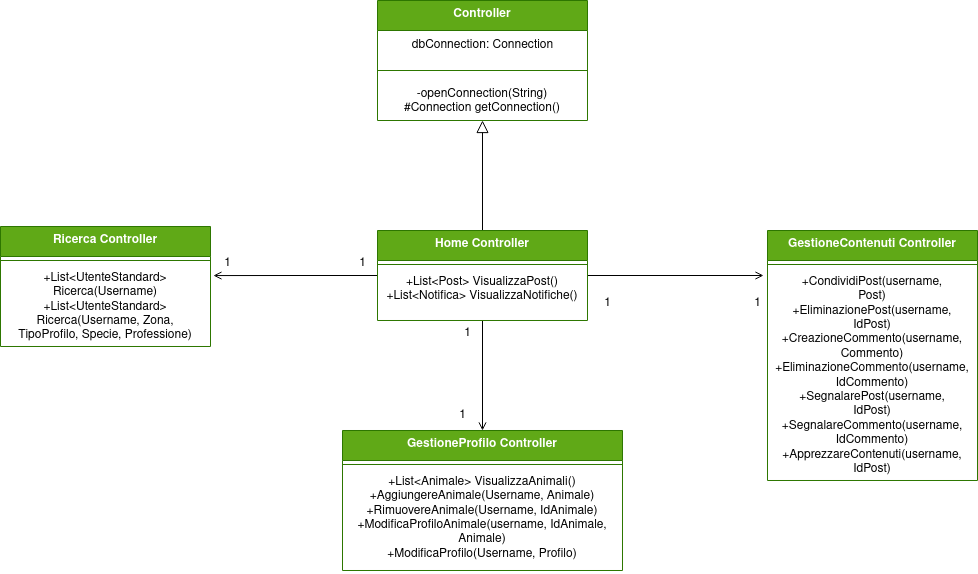
This is Controller-Estesi/GestioneUtente Dettaglio.drawio.png from Iannicc/Pet-Party, a draw.io export, as it was before one commit. Source tidied: cells renumbered, new cells last; positions are measured from the earlier drawing's top-left corner, leaving out a move shared by most shapes.
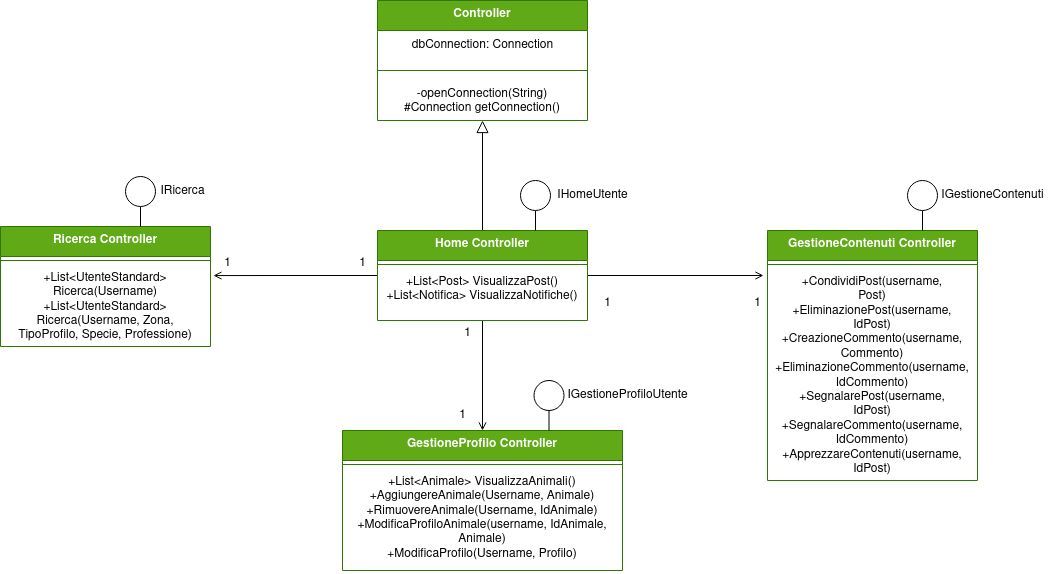
Above is the later version.

Diff of the diagram source:
```diff
@@ -80,5 +80,47 @@
     <mxCell id="27" value="1" style="text;html=1;align=center;verticalAlign=middle;strokeColor=none;fillColor=none;" parent="1" vertex="1">
       <mxGeometry x="592" y="288" width="30" height="30" as="geometry" />
     </mxCell>
+    <mxCell id="28" style="edgeStyle=orthogonalEdgeStyle;rounded=0;jettySize=auto;html=1;entryX=0.75;entryY=0;entryDx=0;entryDy=0;endArrow=none;endFill=0;" parent="1" edge="1" source="29" target="9">
+      <mxGeometry relative="1" as="geometry" />
+    </mxCell>
+    <mxCell id="29" style="ellipse;whiteSpace=wrap;html=1;" parent="1" vertex="1">
+      <mxGeometry x="520" y="180" width="30" height="30" as="geometry" />
+    </mxCell>
+    <mxCell id="30" value="IHomeUtente" style="text;html=1;align=center;verticalAlign=middle;strokeColor=none;fillColor=none;" parent="1" vertex="1">
+      <mxGeometry x="547" y="180" width="90" height="30" as="geometry" />
+    </mxCell>
+    <mxCell id="31" style="edgeStyle=orthogonalEdgeStyle;rounded=0;jettySize=auto;html=1;entryX=0.75;entryY=0;entryDx=0;entryDy=0;endArrow=none;endFill=0;" parent="1" edge="1" source="32">
+      <mxGeometry relative="1" as="geometry">
+        <mxPoint x="922" y="230" as="targetPoint" />
+      </mxGeometry>
+    </mxCell>
+    <mxCell id="32" style="ellipse;whiteSpace=wrap;html=1;" parent="1" vertex="1">
+      <mxGeometry x="907" y="180" width="30" height="30" as="geometry" />
+    </mxCell>
+    <mxCell id="33" value="IGestioneContenuti" style="text;html=1;align=center;verticalAlign=middle;strokeColor=none;fillColor=none;" parent="1" vertex="1">
+      <mxGeometry x="927" y="180" width="130" height="30" as="geometry" />
+    </mxCell>
+    <mxCell id="34" style="edgeStyle=orthogonalEdgeStyle;rounded=0;jettySize=auto;html=1;entryX=0.75;entryY=0;entryDx=0;entryDy=0;endArrow=none;endFill=0;" parent="1" edge="1" source="35">
+      <mxGeometry relative="1" as="geometry">
+        <mxPoint x="140" y="226" as="targetPoint" />
+      </mxGeometry>
+    </mxCell>
+    <mxCell id="35" style="ellipse;whiteSpace=wrap;html=1;" parent="1" vertex="1">
+      <mxGeometry x="125" y="176" width="30" height="30" as="geometry" />
+    </mxCell>
+    <mxCell id="36" value="IRicerca" style="text;html=1;align=center;verticalAlign=middle;strokeColor=none;fillColor=none;" parent="1" vertex="1">
+      <mxGeometry x="147" y="176" width="70" height="30" as="geometry" />
+    </mxCell>
+    <mxCell id="37" style="edgeStyle=orthogonalEdgeStyle;rounded=0;jettySize=auto;html=1;entryX=0.75;entryY=0;entryDx=0;entryDy=0;endArrow=none;endFill=0;" parent="1" edge="1" source="38">
+      <mxGeometry relative="1" as="geometry">
+        <mxPoint x="548.5" y="430" as="targetPoint" />
+      </mxGeometry>
+    </mxCell>
+    <mxCell id="38" style="ellipse;whiteSpace=wrap;html=1;" parent="1" vertex="1">
+      <mxGeometry x="533.5" y="380" width="30" height="30" as="geometry" />
+    </mxCell>
+    <mxCell id="39" value="IGestioneProfiloUtente" style="text;html=1;align=center;verticalAlign=middle;strokeColor=none;fillColor=none;" parent="1" vertex="1">
+      <mxGeometry x="557" y="380" width="140" height="30" as="geometry" />
+    </mxCell>
   </root>
 </mxGraphModel>
```
